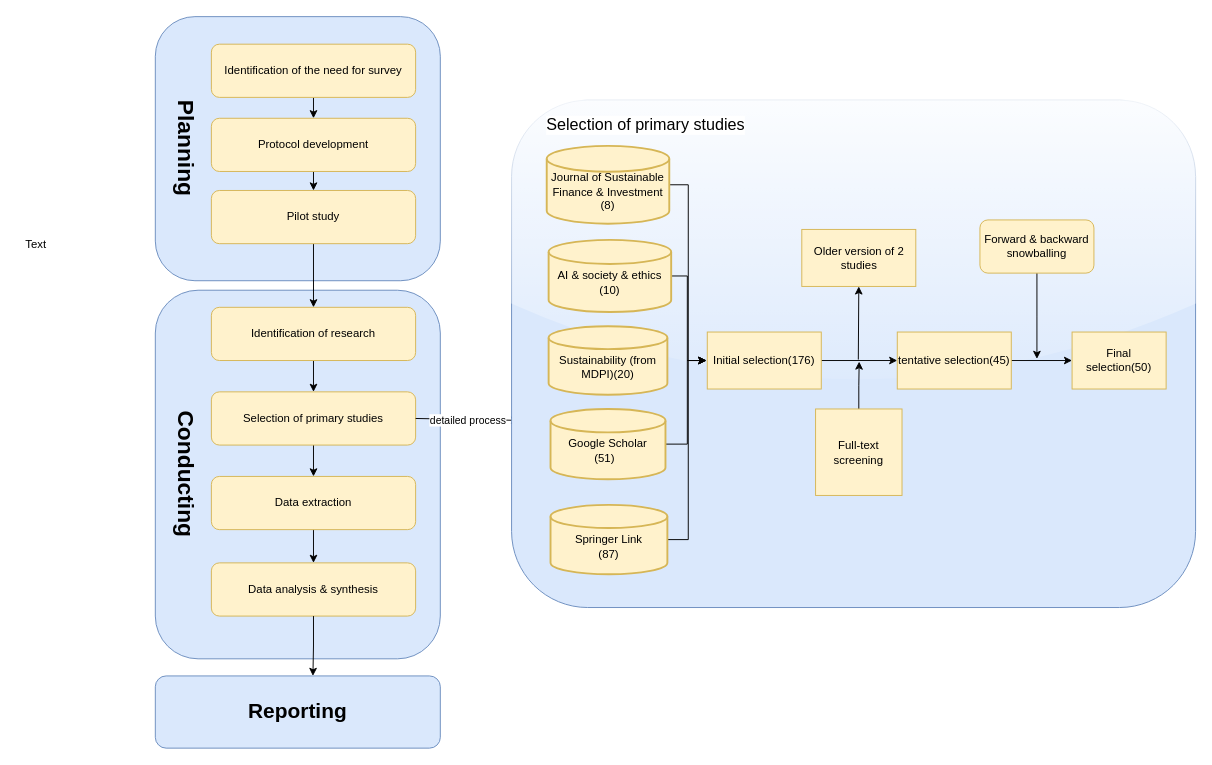
This is Untitled Diagram.drawio from Micright/Lucas-Li, a draw.io file, before an edit. Source tidied: cells renumbered, new cells numbered last; positions are measured from the earlier drawing's top-left corner, leaving out a move shared by most shapes. Both pictures are drawn from the tidied source at 95%, with x=0, y=0 at pixel (16, 16).
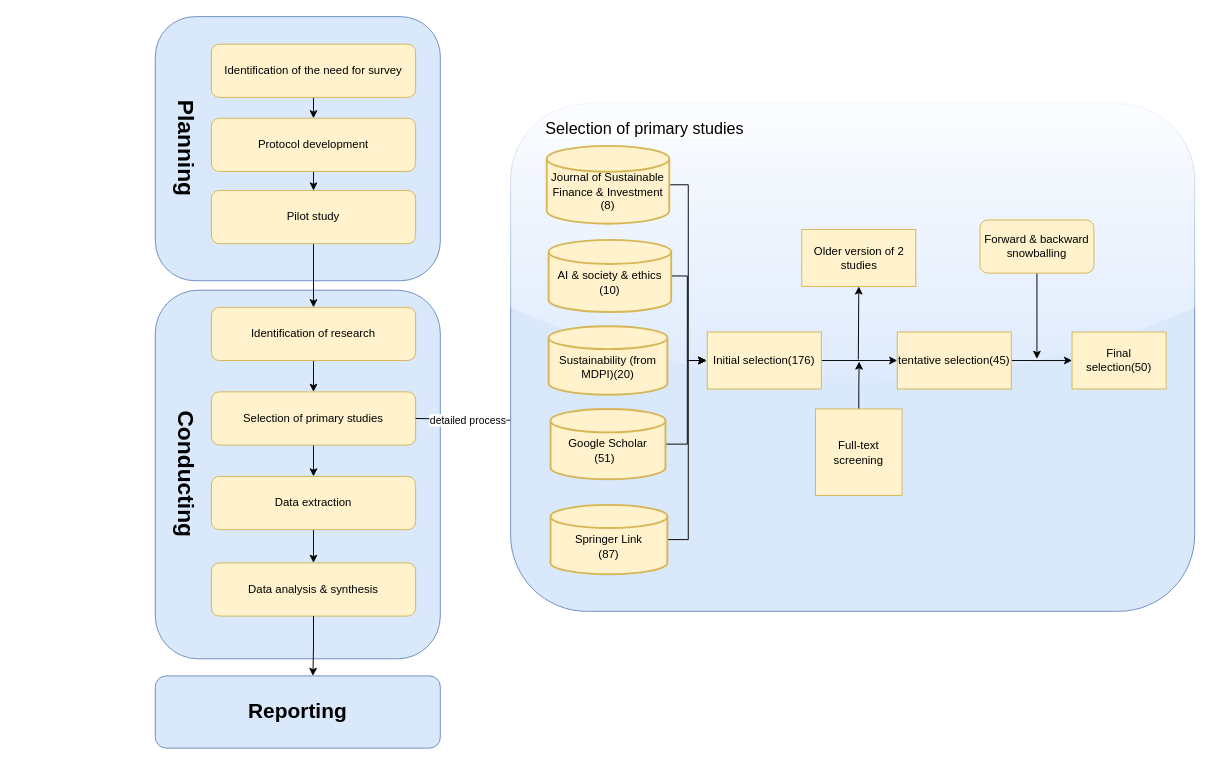
After the change.

What changed in the source:
```diff
@@
     <mxCell id="21" value="&lt;span&gt;&lt;font style=&quot;font-size: 17px;&quot;&gt;Selection of primary studies&lt;/font&gt;&lt;/span&gt;" style="rounded=1;whiteSpace=wrap;html=1;align=left;glass=1;verticalAlign=top;spacingLeft=35;spacingTop=10;labelBackgroundColor=default;fillColor=#dae8fc;strokeColor=#6c8ebf;" parent="1" vertex="1">
-      <mxGeometry x="521" y="88" width="720" height="534" as="geometry" />
+      <mxGeometry x="520" y="92" width="720" height="534" as="geometry" />
     </mxCell>
@@
-    <mxCell id="31" value="Text" style="text;html=1;align=center;verticalAlign=middle;strokeColor=none;fillColor=none;" parent="1" vertex="1">
-      <mxGeometry y="227" width="40" height="26" as="geometry" />
-    </mxCell>
```
